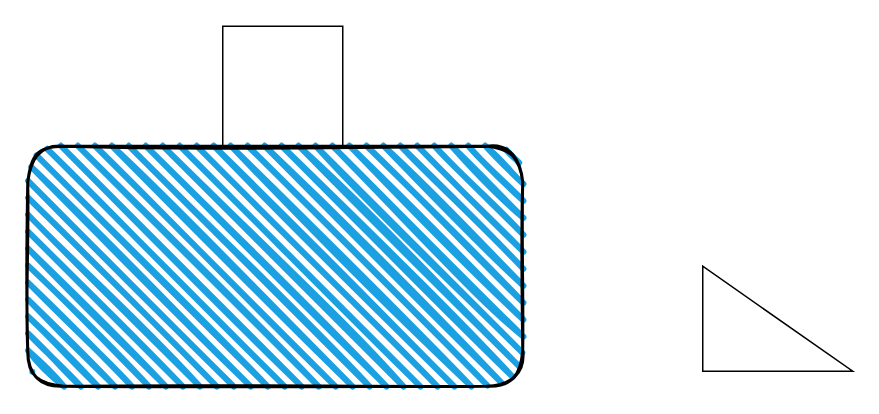
Above: page "第 1 页" (1 of 3) of 未命名绘图.drawio in DuanHY/drawio (draw.io), before the change. Source tidied: cells renumbered, new cells numbered last; positions are measured from the earlier drawing's top-left corner, leaving out a move shared by most shapes. Both pictures are drawn from the tidied source at 150%, with x=0, y=0 at pixel (27, 26).
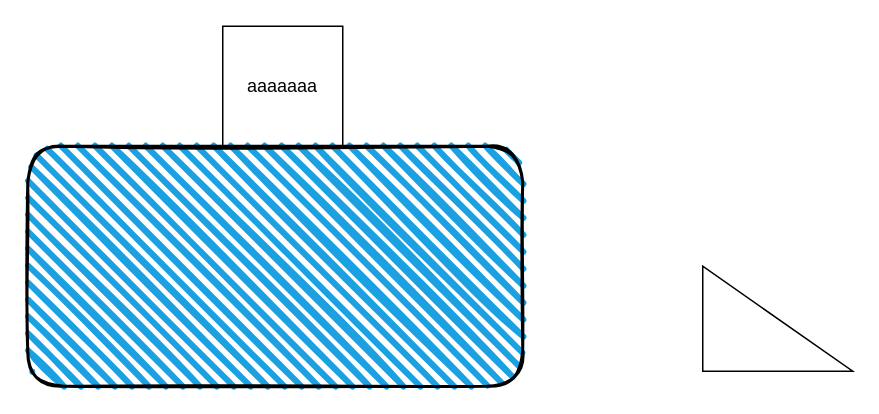
The same page after the edit.

Change to the diagram source:
```diff
@@
 <mxGraphModel>
   <root>
     <mxCell id="0" />
     <mxCell id="1" parent="0" />
-    <mxCell id="2" style="whiteSpace=wrap;html=1;" parent="1" vertex="1">
+    <mxCell id="2" value="aaaaaaa" style="whiteSpace=wrap;html=1;" parent="1" vertex="1">
       <mxGeometry x="130" width="80" height="80" as="geometry" />
     </mxCell>
     <mxCell id="3" style="rounded=1;whiteSpace=wrap;html=1;strokeWidth=2;fillWeight=4;hachureGap=8;hachureAngle=45;fillColor=#1ba1e2;sketch=1;" parent="1" vertex="1">
       <mxGeometry y="80" width="330" height="160" as="geometry" />
     </mxCell>
     <mxCell id="4" style="verticalLabelPosition=bottom;verticalAlign=top;html=1;shape=mxgraph.basic.orthogonal_triangle;" parent="1" vertex="1">
       <mxGeometry x="450" y="160" width="100" height="70" as="geometry" />
     </mxCell>
   </root>
 </mxGraphModel>
```
